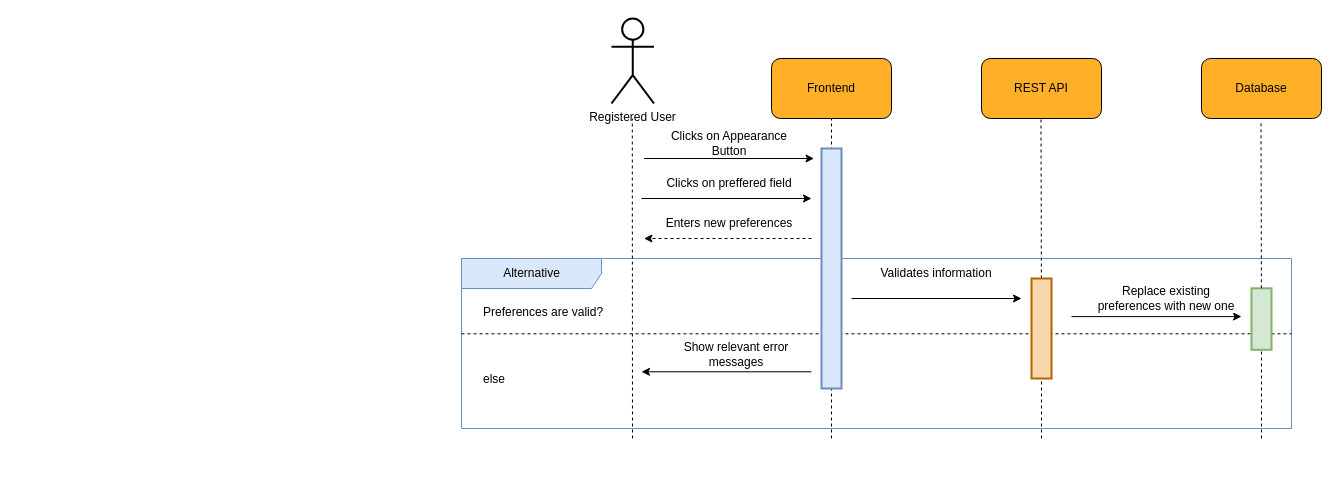
Earlier version of the draw.io diagram diagrams/collaboration/cd-09.drawio (usman1100/fyp-documentation). Source tidied: cells renumbered, new cells numbered last; positions are measured from the earlier drawing's top-left corner, leaving out a move shared by most shapes. Both pictures are drawn from the tidied source at 100%, with x=0, y=0 at pixel (461, 18).
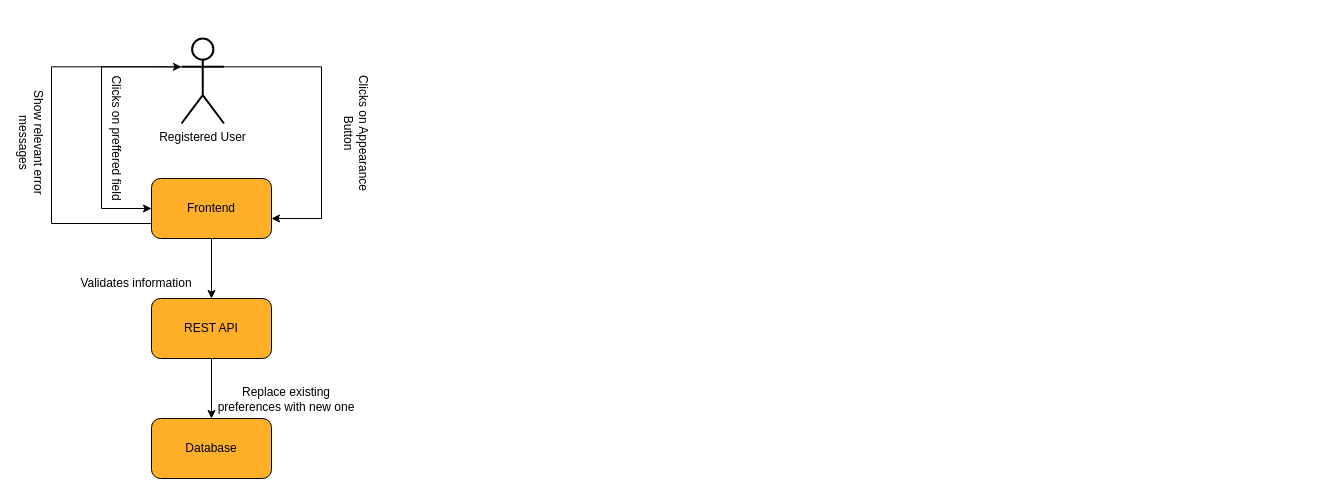
The same page after the edit.

Unchanged cells that the change refers to:
```xml
<mxCell id="11" style="rounded=1;whiteSpace=wrap;html=1;fillColor=#FFAF28;fontSize=12;" parent="10" vertex="1">
  <mxGeometry width="120" height="60" as="geometry" />
</mxCell>
<mxCell id="14" style="rounded=1;whiteSpace=wrap;html=1;fillColor=#FFAF28;fontSize=12;" parent="13" vertex="1">
  <mxGeometry width="120" height="60" as="geometry" />
</mxCell>
<mxCell id="28" style="rounded=1;whiteSpace=wrap;html=1;fillColor=#FFAF28;fontSize=12;" parent="27" vertex="1">
  <mxGeometry width="120" height="60" as="geometry" />
</mxCell>
```

Change to the diagram source:
```diff
@@
-    <mxCell id="2" value="Alternative" style="shape=umlFrame;tabWidth=110;tabHeight=30;tabPosition=left;html=1;boundedLbl=1;labelInHeader=1;width=140;height=30;fillColor=#dae8fc;fontSize=12;strokeWidth=1;strokeColor=#6c8ebf;" parent="1" vertex="1">
-      <mxGeometry y="240" width="830" height="170" as="geometry" />
-    </mxCell>
-    <mxCell id="3" value="Preferences are valid?" style="text;fillColor=none;fontSize=12;" parent="2" vertex="1">
-      <mxGeometry width="100" height="20" relative="1" as="geometry">
-        <mxPoint x="20" y="40" as="offset" />
-      </mxGeometry>
-    </mxCell>
-    <mxCell id="4" value="else" style="line;strokeWidth=1;dashed=1;labelPosition=center;verticalLabelPosition=bottom;align=left;verticalAlign=top;spacingLeft=20;spacingTop=15;fillColor=none;fontSize=12;" parent="2" vertex="1">
-      <mxGeometry y="58.8" width="830" height="33" as="geometry" />
-    </mxCell>
-    <mxCell id="5" style="endArrow=classic;html=1;rounded=0;strokeWidth=1;jumpSize=6;fontSize=12;" parent="2" edge="1">
-      <mxGeometry relative="1" as="geometry">
-        <mxPoint x="610" y="58.1" as="sourcePoint" />
-        <mxPoint x="780" y="58.1" as="targetPoint" />
-      </mxGeometry>
-    </mxCell>
-    <mxCell id="6" value="&lt;span style=&quot;background-color: rgb(255 , 255 , 255) ; font-size: 12px&quot;&gt;Replace existing preferences with new one&lt;/span&gt;" style="text;html=1;strokeColor=none;fillColor=none;align=center;verticalAlign=middle;whiteSpace=wrap;rounded=0;fontSize=12;" parent="2" vertex="1">
-      <mxGeometry x="630" y="29.8" width="150" height="21.2" as="geometry" />
-    </mxCell>
-    <mxCell id="7" value="&lt;span style=&quot;background-color: rgb(255, 255, 255); font-size: 12px;&quot;&gt;Show relevant error messages&lt;/span&gt;" style="text;html=1;strokeColor=none;fillColor=none;align=center;verticalAlign=middle;whiteSpace=wrap;rounded=0;fontSize=12;" parent="2" vertex="1">
-      <mxGeometry x="200" y="85" width="150" height="21.2" as="geometry" />
-    </mxCell>
-    <mxCell id="8" style="endArrow=classic;html=1;rounded=0;strokeWidth=1;jumpSize=6;fontSize=12;" parent="2" edge="1">
-      <mxGeometry relative="1" as="geometry">
-        <mxPoint x="350" y="113.3" as="sourcePoint" />
-        <mxPoint x="180" y="113.3" as="targetPoint" />
-      </mxGeometry>
-    </mxCell>
-    <mxCell id="9" style="rounded=0;whiteSpace=wrap;html=1;fontSize=12;strokeWidth=2;fillColor=#d5e8d4;strokeColor=#82b366;" parent="2" vertex="1">
-      <mxGeometry x="790" y="29.8" width="20" height="61.5" as="geometry" />
-    </mxCell>
     <mxCell id="10" style="group;fontSize=12;" parent="1" vertex="1">
-      <mxGeometry x="310" y="40" width="120" height="60" as="geometry" />
+      <mxGeometry x="-310" y="160" width="120" height="60" as="geometry" />
     </mxCell>
@@
     <mxCell id="13" style="group;fontSize=12;" parent="1" vertex="1">
-      <mxGeometry x="520" y="40" width="120" height="60" as="geometry" />
+      <mxGeometry x="-310" y="280" width="120" height="60" as="geometry" />
     </mxCell>
@@
-    <mxCell id="16" style="endArrow=none;dashed=1;html=1;rounded=0;entryX=0.5;entryY=1;entryDx=0;entryDy=0;jumpSize=6;strokeWidth=1;fontSize=12;" parent="1" edge="1" target="11">
-      <mxGeometry relative="1" as="geometry">
-        <mxPoint x="370" y="420" as="sourcePoint" />
-      </mxGeometry>
-    </mxCell>
-    <mxCell id="17" style="endArrow=none;dashed=1;html=1;rounded=0;entryX=0.5;entryY=1;entryDx=0;entryDy=0;jumpSize=6;strokeWidth=1;startArrow=none;fontSize=12;" parent="1" edge="1" source="25">
-      <mxGeometry relative="1" as="geometry">
-        <mxPoint x="579.5" y="100" as="targetPoint" />
-      </mxGeometry>
-    </mxCell>
+    <mxCell id="36" style="edgeStyle=orthogonalEdgeStyle;rounded=0;jettySize=auto;html=1;exitX=1;exitY=0.3333333333333333;exitDx=0;exitDy=0;exitPerimeter=0;" parent="1" edge="1" source="18">
+      <mxGeometry relative="1" as="geometry">
+        <mxPoint x="-190" y="200" as="targetPoint" />
+        <Array as="points">
+          <mxPoint x="-140" y="48" />
+          <mxPoint x="-140" y="200" />
+        </Array>
+      </mxGeometry>
+    </mxCell>
+    <mxCell id="37" style="edgeStyle=orthogonalEdgeStyle;rounded=0;jettySize=auto;html=1;exitX=0;exitY=0.3333333333333333;exitDx=0;exitDy=0;exitPerimeter=0;entryX=0;entryY=0.5;entryDx=0;entryDy=0;" parent="1" edge="1" source="18" target="11">
+      <mxGeometry relative="1" as="geometry">
+        <Array as="points">
+          <mxPoint x="-360" y="48" />
+          <mxPoint x="-360" y="190" />
+        </Array>
+      </mxGeometry>
+    </mxCell>
     <mxCell id="18" value="Registered User" style="shape=umlActor;verticalLabelPosition=bottom;verticalAlign=top;html=1;outlineConnect=0;rounded=1;strokeWidth=2;fontSize=12;" parent="1" vertex="1">
-      <mxGeometry x="150" width="42.5" height="85" as="geometry" />
+      <mxGeometry x="-280" y="20" width="42.5" height="85" as="geometry" />
     </mxCell>
-    <mxCell id="19" style="endArrow=none;dashed=1;html=1;rounded=0;entryX=0.5;entryY=1;entryDx=0;entryDy=0;jumpSize=6;strokeWidth=1;fontSize=12;" parent="1" edge="1">
-      <mxGeometry relative="1" as="geometry">
-        <mxPoint x="171" y="420" as="sourcePoint" />
-        <mxPoint x="170.8" y="100" as="targetPoint" />
-      </mxGeometry>
-    </mxCell>
-    <mxCell id="20" style="endArrow=classic;html=1;rounded=0;strokeWidth=1;jumpSize=6;fontSize=12;" parent="1" edge="1">
-      <mxGeometry relative="1" as="geometry">
-        <mxPoint x="182.5" y="140" as="sourcePoint" />
-        <mxPoint x="352.5" y="140" as="targetPoint" />
-      </mxGeometry>
-    </mxCell>
-    <mxCell id="21" value="&lt;span style=&quot;background-color: rgb(255 , 255 , 255) ; font-size: 12px&quot;&gt;Clicks on Appearance Button&lt;/span&gt;" style="text;html=1;strokeColor=none;fillColor=none;align=center;verticalAlign=middle;whiteSpace=wrap;rounded=0;fontSize=12;" parent="1" vertex="1">
-      <mxGeometry x="192.5" y="110" width="150" height="30" as="geometry" />
+    <mxCell id="21" value="&lt;span style=&quot;background-color: rgb(255 , 255 , 255) ; font-size: 12px&quot;&gt;Clicks on Appearance Button&lt;/span&gt;" style="text;html=1;strokeColor=none;fillColor=none;align=center;verticalAlign=middle;whiteSpace=wrap;rounded=0;fontSize=12;rotation=90;" parent="1" vertex="1">
+      <mxGeometry x="-180" y="100" width="150" height="30" as="geometry" />
     </mxCell>
-    <mxCell id="22" style="endArrow=classic;html=1;rounded=0;strokeWidth=1;jumpSize=6;dashed=1;fontSize=12;" parent="1" edge="1">
-      <mxGeometry relative="1" as="geometry">
-        <mxPoint x="350" y="220" as="sourcePoint" />
-        <mxPoint x="182.5" y="220" as="targetPoint" />
-      </mxGeometry>
-    </mxCell>
-    <mxCell id="23" value="&lt;span style=&quot;background-color: rgb(255 , 255 , 255) ; font-size: 12px&quot;&gt;Enters new preferences&lt;/span&gt;" style="text;html=1;strokeColor=none;fillColor=none;align=center;verticalAlign=middle;whiteSpace=wrap;rounded=0;fontSize=12;" parent="1" vertex="1">
-      <mxGeometry x="192.5" y="190" width="150" height="30" as="geometry" />
-    </mxCell>
-    <mxCell id="24" style="rounded=0;whiteSpace=wrap;html=1;fontSize=12;strokeWidth=2;fillColor=#dae8fc;strokeColor=#6c8ebf;" parent="1" vertex="1">
-      <mxGeometry x="360" y="130" width="20" height="240" as="geometry" />
-    </mxCell>
-    <mxCell id="25" style="rounded=0;whiteSpace=wrap;html=1;fontSize=12;strokeWidth=2;fillColor=#fad7ac;strokeColor=#b46504;" parent="1" vertex="1">
-      <mxGeometry x="570" y="260" width="20" height="100" as="geometry" />
-    </mxCell>
-    <mxCell id="26" style="endArrow=none;dashed=1;html=1;rounded=0;entryX=0.5;entryY=1;entryDx=0;entryDy=0;jumpSize=6;strokeWidth=1;fontSize=12;" parent="1" edge="1" target="25">
-      <mxGeometry relative="1" as="geometry">
-        <mxPoint x="580" y="420" as="sourcePoint" />
-      </mxGeometry>
-    </mxCell>
     <mxCell id="27" style="group;fontSize=12;" parent="1" vertex="1">
-      <mxGeometry x="740" y="40" width="120" height="60" as="geometry" />
+      <mxGeometry x="-310" y="400" width="120" height="60" as="geometry" />
     </mxCell>
@@
-    <mxCell id="30" style="endArrow=none;dashed=1;html=1;rounded=0;entryX=0.5;entryY=1;entryDx=0;entryDy=0;jumpSize=6;strokeWidth=1;fontSize=12;startArrow=none;" parent="1" edge="1" source="9">
-      <mxGeometry relative="1" as="geometry">
-        <mxPoint x="799.5" y="104" as="targetPoint" />
-      </mxGeometry>
-    </mxCell>
-    <mxCell id="31" style="endArrow=classic;html=1;rounded=0;strokeWidth=1;jumpSize=6;fontSize=12;" parent="1" edge="1">
-      <mxGeometry relative="1" as="geometry">
-        <mxPoint x="390" y="280" as="sourcePoint" />
-        <mxPoint x="560" y="280" as="targetPoint" />
-      </mxGeometry>
-    </mxCell>
     <mxCell id="32" value="&lt;span style=&quot;background-color: rgb(255 , 255 , 255)&quot;&gt;Validates information&lt;/span&gt;" style="text;html=1;strokeColor=none;fillColor=none;align=center;verticalAlign=middle;whiteSpace=wrap;rounded=0;fontSize=12;" parent="1" vertex="1">
-      <mxGeometry x="400" y="240" width="150" height="30" as="geometry" />
+      <mxGeometry x="-400" y="250" width="150" height="30" as="geometry" />
     </mxCell>
-    <mxCell id="33" style="endArrow=none;dashed=1;html=1;rounded=0;entryX=0.5;entryY=1;entryDx=0;entryDy=0;jumpSize=6;strokeWidth=1;fontSize=12;" parent="1" edge="1" target="9">
-      <mxGeometry relative="1" as="geometry">
-        <mxPoint x="800" y="420" as="sourcePoint" />
-      </mxGeometry>
-    </mxCell>
-    <mxCell id="34" style="endArrow=classic;html=1;rounded=0;strokeWidth=1;jumpSize=6;fontSize=12;" parent="1" edge="1">
-      <mxGeometry relative="1" as="geometry">
-        <mxPoint x="180" y="180" as="sourcePoint" />
-        <mxPoint x="350" y="180" as="targetPoint" />
-      </mxGeometry>
-    </mxCell>
-    <mxCell id="35" value="&lt;span style=&quot;background-color: rgb(255 , 255 , 255) ; font-size: 12px&quot;&gt;Clicks on preffered field&lt;/span&gt;" style="text;html=1;strokeColor=none;fillColor=none;align=center;verticalAlign=middle;whiteSpace=wrap;rounded=0;fontSize=12;" parent="1" vertex="1">
-      <mxGeometry x="192.5" y="150" width="150" height="30" as="geometry" />
+    <mxCell id="35" value="&lt;span style=&quot;background-color: rgb(255 , 255 , 255) ; font-size: 12px&quot;&gt;Clicks on preffered field&lt;/span&gt;" style="text;html=1;strokeColor=none;fillColor=none;align=center;verticalAlign=middle;whiteSpace=wrap;rounded=0;fontSize=12;rotation=90;" parent="1" vertex="1">
+      <mxGeometry x="-420" y="105" width="150" height="30" as="geometry" />
     </mxCell>
+    <mxCell id="38" style="edgeStyle=orthogonalEdgeStyle;rounded=0;jettySize=auto;html=1;exitX=0;exitY=0.75;exitDx=0;exitDy=0;entryX=0;entryY=0.3333333333333333;entryDx=0;entryDy=0;entryPerimeter=0;" parent="1" edge="1" source="11" target="18">
+      <mxGeometry relative="1" as="geometry">
+        <Array as="points">
+          <mxPoint x="-410" y="205" />
+          <mxPoint x="-410" y="48" />
+        </Array>
+      </mxGeometry>
+    </mxCell>
+    <mxCell id="39" style="edgeStyle=orthogonalEdgeStyle;rounded=0;jettySize=auto;html=1;exitX=0.5;exitY=1;exitDx=0;exitDy=0;" parent="1" edge="1" source="11" target="14">
+      <mxGeometry relative="1" as="geometry" />
+    </mxCell>
+    <mxCell id="40" style="edgeStyle=orthogonalEdgeStyle;rounded=0;jettySize=auto;html=1;exitX=0.5;exitY=1;exitDx=0;exitDy=0;entryX=0.5;entryY=0;entryDx=0;entryDy=0;" parent="1" edge="1" source="14" target="28">
+      <mxGeometry relative="1" as="geometry" />
+    </mxCell>
+    <mxCell id="7" value="&lt;span style=&quot;background-color: rgb(255, 255, 255); font-size: 12px;&quot;&gt;Show relevant error messages&lt;/span&gt;" style="text;html=1;strokeColor=none;fillColor=none;align=center;verticalAlign=middle;whiteSpace=wrap;rounded=0;fontSize=12;rotation=90;" parent="1" vertex="1">
+      <mxGeometry x="-505" y="113.8" width="150" height="21.2" as="geometry" />
+    </mxCell>
+    <mxCell id="6" value="&lt;span style=&quot;background-color: rgb(255 , 255 , 255) ; font-size: 12px&quot;&gt;Replace existing preferences with new one&lt;/span&gt;" style="text;html=1;strokeColor=none;fillColor=none;align=center;verticalAlign=middle;whiteSpace=wrap;rounded=0;fontSize=12;" parent="1" vertex="1">
+      <mxGeometry x="-250" y="370" width="150" height="21.2" as="geometry" />
+    </mxCell>
```
